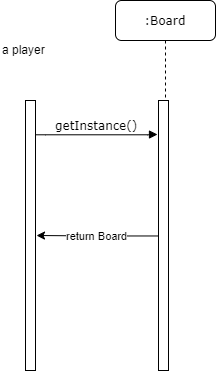
Above: Assignment3/Singleton_sequenceDiagram.png in zuercher8353/BINF4241-group28 (draw.io), before the change. Source tidied: cells renumbered, new cells last; positions are measured from the earlier drawing's top-left corner, leaving out a move shared by most shapes.
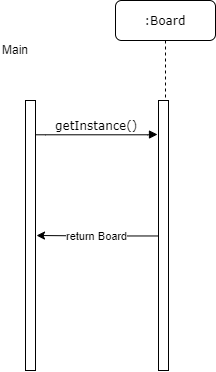
Later version of the same file.

Commit message:
added singleton diagrams

Diff of the diagram source:
```diff
@@ -22,8 +22,8 @@
     <mxCell id="6" style="html=1;perimeter=orthogonalPerimeter;rounded=0;shadow=0;comic=0;labelBackgroundColor=none;strokeColor=#000000;strokeWidth=1;fillColor=#FFFFFF;fontFamily=Verdana;fontSize=12;fontColor=#000000;align=center;" parent="1" vertex="1">
       <mxGeometry x="25" y="100" width="10" height="270" as="geometry" />
     </mxCell>
-    <mxCell id="7" value="a player" style="text;html=1;align=left;verticalAlign=top;spacingTop=-4;" parent="1" vertex="1">
-      <mxGeometry y="40" width="60" height="20" as="geometry" />
+    <mxCell id="7" value="Main" style="text;html=1;align=left;verticalAlign=top;spacingTop=-4;" parent="1" vertex="1">
+      <mxGeometry y="40" width="40" height="20" as="geometry" />
     </mxCell>
   </root>
 </mxGraphModel>
```
